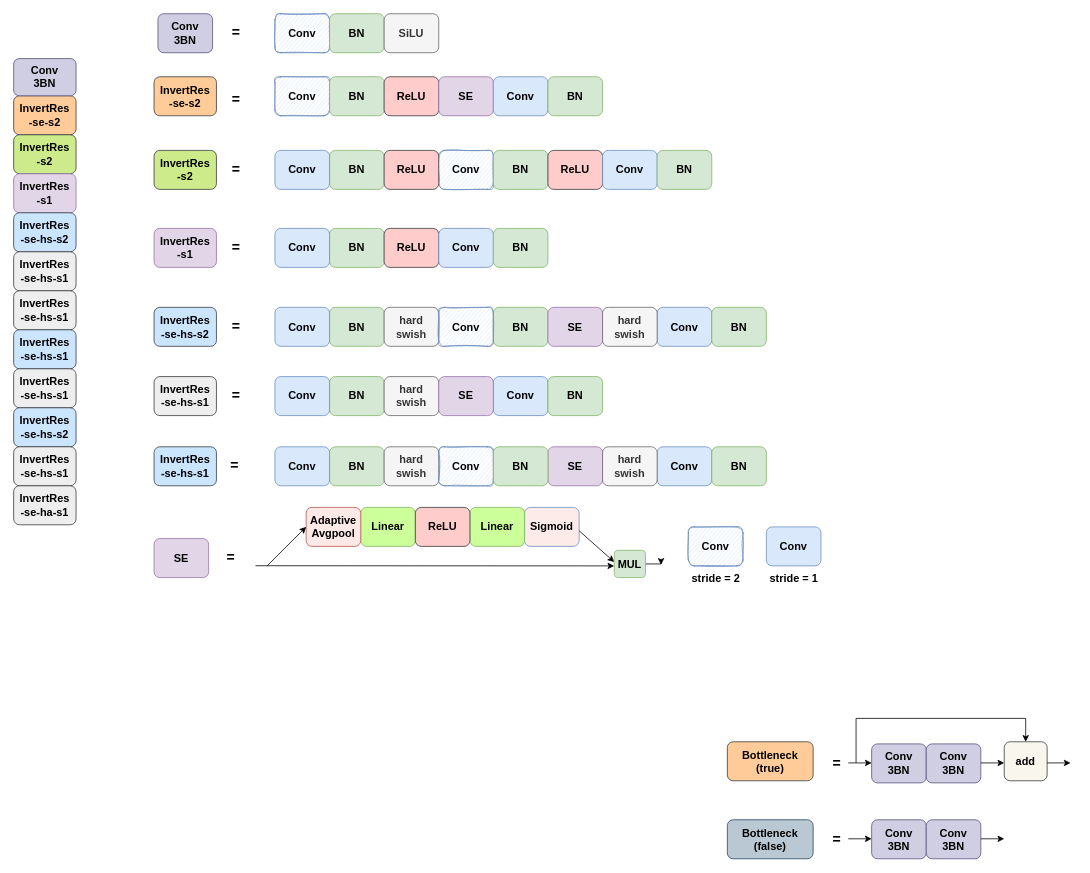
This is mv3s.drawio from Bukayoooo/Draws, a draw.io file, before an edit. Source tidied: cells renumbered, new cells numbered last; positions are measured from the earlier drawing's top-left corner, leaving out a move shared by most shapes. Both pictures are drawn from the tidied source at 78%, with x=0, y=0 at pixel (13, 13).
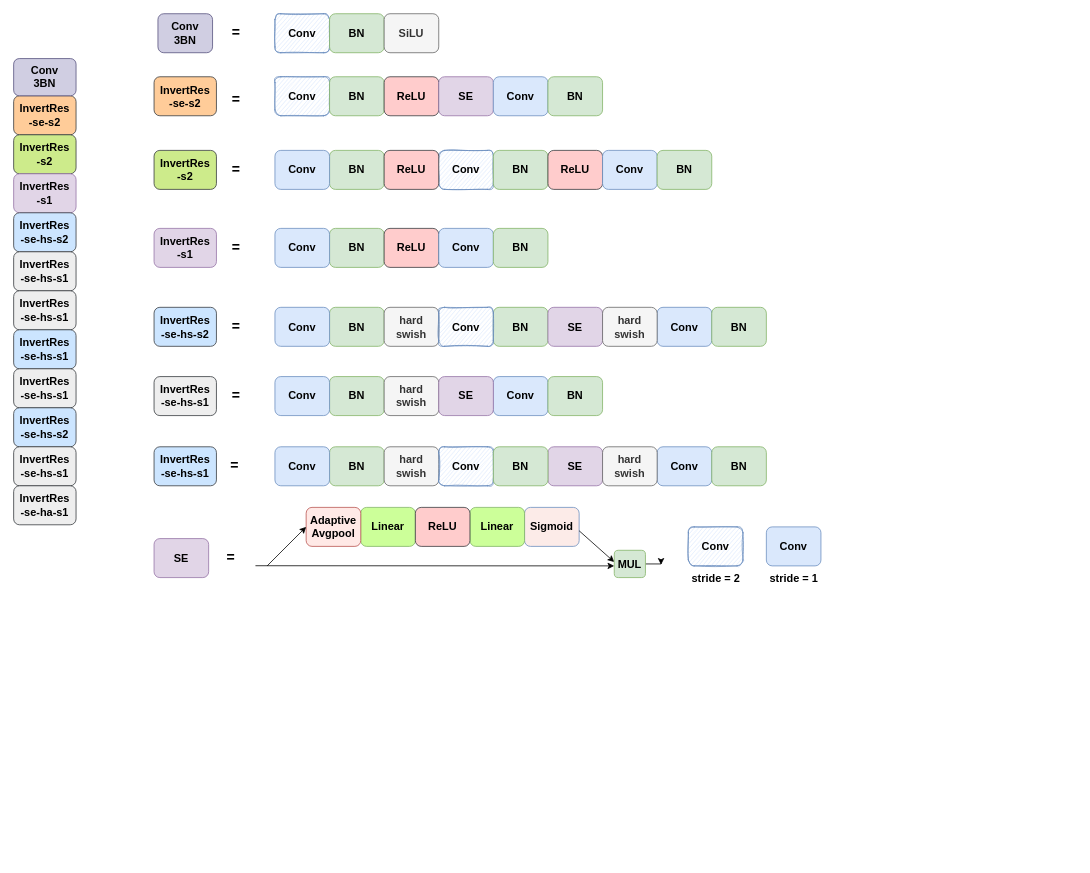
The same page after the edit.

Diff of the diagram source:
```diff
@@
-    <mxCell id="7" value="&lt;span style=&quot;font-size: 14px&quot;&gt;&lt;b&gt;Bottleneck&lt;br&gt;(true)&lt;br&gt;&lt;/b&gt;&lt;/span&gt;" style="rounded=1;whiteSpace=wrap;html=1;fillColor=#ffcc99;strokeColor=#36393d;" parent="1" vertex="1">
-      <mxGeometry x="915" y="933.5" width="110" height="50" as="geometry" />
-    </mxCell>
-    <mxCell id="8" value="&lt;span style=&quot;font-size: 14px&quot;&gt;&lt;b&gt;Bottleneck&lt;br&gt;(false)&lt;br&gt;&lt;/b&gt;&lt;/span&gt;" style="rounded=1;whiteSpace=wrap;html=1;fillColor=#bac8d3;strokeColor=#23445d;" parent="1" vertex="1">
-      <mxGeometry x="915" y="1033.5" width="110" height="50" as="geometry" />
-    </mxCell>
-    <mxCell id="9" value="&lt;b&gt;&lt;font style=&quot;font-size: 14px&quot;&gt;Conv&lt;br&gt;3BN&lt;/font&gt;&lt;/b&gt;" style="rounded=1;whiteSpace=wrap;html=1;fillColor=#d0cee2;strokeColor=#56517e;" parent="1" vertex="1">
-      <mxGeometry x="1100" y="1033.5" width="70" height="50" as="geometry" />
-    </mxCell>
-    <mxCell id="10" value="&lt;b&gt;&lt;font style=&quot;font-size: 18px&quot;&gt;=&lt;/font&gt;&lt;/b&gt;" style="text;html=1;align=center;verticalAlign=middle;strokeColor=none;fillColor=none;fontSize=14;" parent="1" vertex="1">
-      <mxGeometry x="1040" y="951.2" width="30" height="20" as="geometry" />
-    </mxCell>
-    <mxCell id="11" value="&lt;b&gt;&lt;font style=&quot;font-size: 18px&quot;&gt;=&lt;/font&gt;&lt;/b&gt;" style="text;html=1;align=center;verticalAlign=middle;strokeColor=none;fillColor=none;fontSize=14;" parent="1" vertex="1">
-      <mxGeometry x="1040" y="1048.5" width="30" height="20" as="geometry" />
-    </mxCell>
-    <mxCell id="12" style="endArrow=classic;html=1;rounded=0;fontSize=18;" parent="1" edge="1">
-      <mxGeometry relative="1" as="geometry">
-        <mxPoint x="1070" y="1057.9" as="sourcePoint" />
-        <mxPoint x="1100" y="1057.9" as="targetPoint" />
-      </mxGeometry>
-    </mxCell>
-    <mxCell id="13" value="&lt;b&gt;&lt;font style=&quot;font-size: 14px&quot;&gt;Conv&lt;br&gt;3BN&lt;/font&gt;&lt;/b&gt;" style="rounded=1;whiteSpace=wrap;html=1;fillColor=#d0cee2;strokeColor=#56517e;" parent="1" vertex="1">
-      <mxGeometry x="1170" y="1033.5" width="70" height="50" as="geometry" />
-    </mxCell>
-    <mxCell id="14" style="endArrow=classic;html=1;rounded=0;fontSize=18;" parent="1" edge="1">
-      <mxGeometry relative="1" as="geometry">
-        <mxPoint x="1240" y="1057.9" as="sourcePoint" />
-        <mxPoint x="1270" y="1057.9" as="targetPoint" />
-      </mxGeometry>
-    </mxCell>
-    <mxCell id="15" value="&lt;b&gt;&lt;font style=&quot;font-size: 14px&quot;&gt;Conv&lt;br&gt;3BN&lt;/font&gt;&lt;/b&gt;" style="rounded=1;whiteSpace=wrap;html=1;fillColor=#d0cee2;strokeColor=#56517e;" parent="1" vertex="1">
-      <mxGeometry x="1100" y="936.2" width="70" height="50" as="geometry" />
-    </mxCell>
-    <mxCell id="16" style="endArrow=classic;html=1;rounded=0;fontSize=18;" parent="1" edge="1">
-      <mxGeometry relative="1" as="geometry">
-        <mxPoint x="1070" y="960.6" as="sourcePoint" />
-        <mxPoint x="1100" y="960.6" as="targetPoint" />
-      </mxGeometry>
-    </mxCell>
-    <mxCell id="17" value="&lt;b&gt;&lt;font style=&quot;font-size: 14px&quot;&gt;Conv&lt;br&gt;3BN&lt;/font&gt;&lt;/b&gt;" style="rounded=1;whiteSpace=wrap;html=1;fillColor=#d0cee2;strokeColor=#56517e;" parent="1" vertex="1">
-      <mxGeometry x="1170" y="936.2" width="70" height="50" as="geometry" />
-    </mxCell>
-    <mxCell id="18" style="endArrow=classic;html=1;rounded=0;fontSize=18;" parent="1" edge="1">
-      <mxGeometry relative="1" as="geometry">
-        <mxPoint x="1240" y="960.6" as="sourcePoint" />
-        <mxPoint x="1270" y="960.6" as="targetPoint" />
-      </mxGeometry>
-    </mxCell>
-    <mxCell id="19" value="&lt;span style=&quot;font-size: 14px&quot;&gt;&lt;b&gt;add&lt;/b&gt;&lt;/span&gt;" style="rounded=1;whiteSpace=wrap;html=1;fillColor=#f9f7ed;strokeColor=#36393d;" parent="1" vertex="1">
-      <mxGeometry x="1270" y="933.5" width="55" height="50" as="geometry" />
-    </mxCell>
-    <mxCell id="20" style="endArrow=classic;html=1;rounded=0;fontSize=18;" parent="1" edge="1">
-      <mxGeometry relative="1" as="geometry">
-        <mxPoint x="1325" y="960.6" as="sourcePoint" />
-        <mxPoint x="1355" y="960.6" as="targetPoint" />
-      </mxGeometry>
-    </mxCell>
-    <mxCell id="21" style="endArrow=classic;html=1;rounded=0;fontSize=18;edgeStyle=orthogonalEdgeStyle;entryX=0.5;entryY=0;entryDx=0;entryDy=0;" parent="1" edge="1" target="19">
-      <mxGeometry relative="1" as="geometry">
-        <mxPoint x="1080" y="960.5" as="sourcePoint" />
-        <Array as="points">
-          <mxPoint x="1080" y="903.5" />
-          <mxPoint x="1298" y="903.5" />
-          <mxPoint x="1298" y="933.5" />
-        </Array>
-      </mxGeometry>
-    </mxCell>
```
